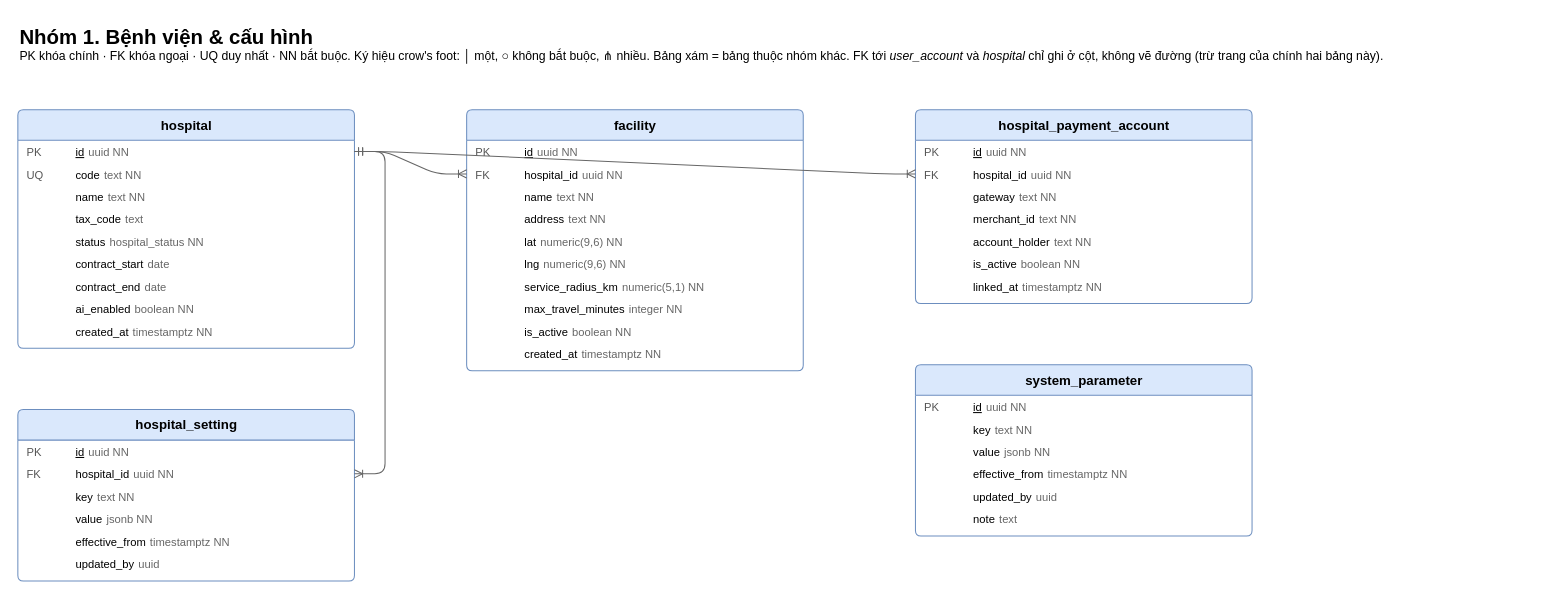
NguyenHuuPhuc-Dev21/HealthCareSystem keeps this draw.io diagram as page "01. Bệnh viện & cấu hình" (3 of 16) of docs/design/erd_diagram.drawio. Above is the earlier version. Source tidied: cells renumbered, new cells numbered last; positions are measured from the earlier drawing's top-left corner, leaving out a move shared by most shapes. Both pictures are drawn from the tidied source at 102%, with x=0, y=0 at pixel (17, 17).
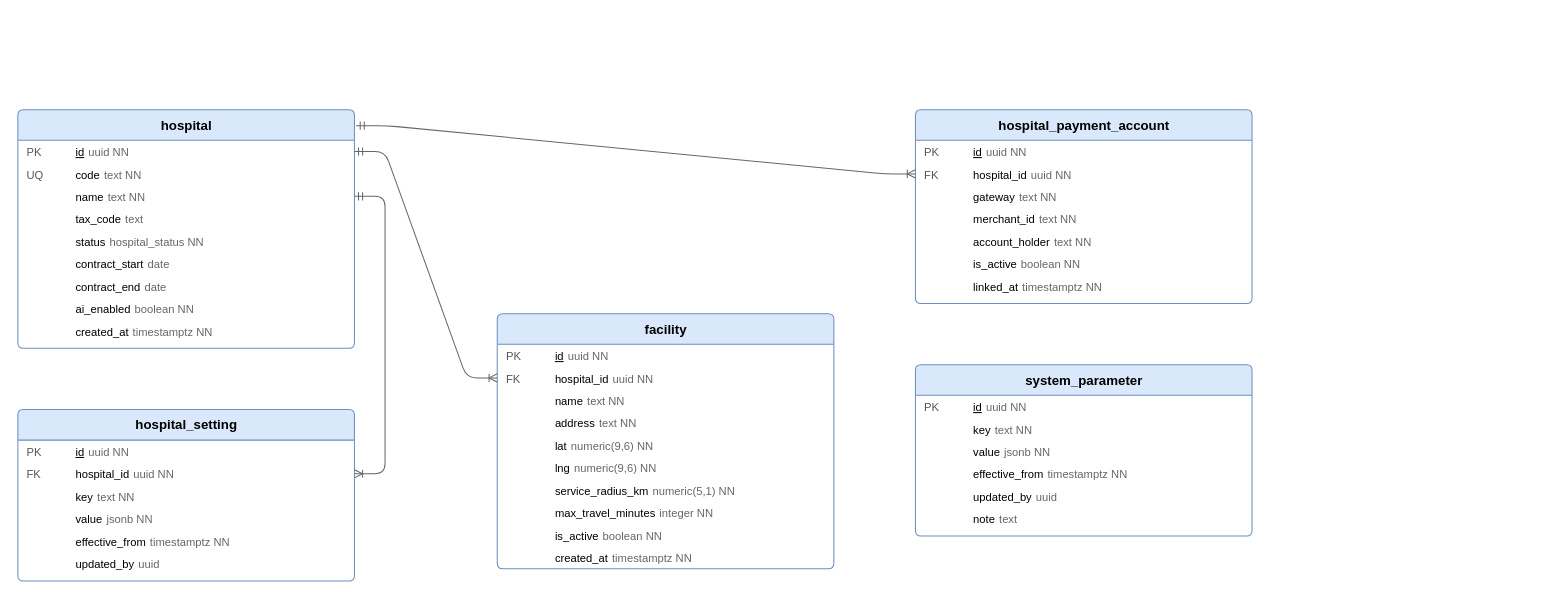
The same page after the edit.

Unchanged cells that the change refers to:
```xml
<mxCell id="3" value="hospital" style="swimlane;fontStyle=1;horizontal=1;startSize=30;fillColor=#dae8fc;strokeColor=#6c8ebf;rounded=1;arcSize=6;fontSize=13;html=1;" parent="1" vertex="1">
  <mxGeometry y="90" width="330" height="234" as="geometry" />
</mxCell>
<mxCell id="4" value="&lt;table style=&quot;width:100%;font-size:11px&quot;&gt;&lt;tr&gt;&lt;td style=&quot;width:44px;color:#555&quot;&gt;PK&lt;/td&gt;&lt;td&gt;&lt;u&gt;id&lt;/u&gt;&lt;/td&gt;&lt;td style=&quot;text-align:right;color:#666&quot;&gt;uuid NN&lt;/td&gt;&lt;/tr&gt;&lt;/table&gt;" style="text;html=1;strokeColor=none;fillColor=none;align=left;verticalAlign=middle;spacingLeft=4;spacingRight=4;overflow=hidden;points=[[0,0.5],[1,0.5]];portConstraint=eastwest;fontSize=11;" parent="3" vertex="1">
  <mxGeometry y="30" width="330" height="22" as="geometry" />
</mxCell>
<mxCell id="6" value="&lt;table style=&quot;width:100%;font-size:11px&quot;&gt;&lt;tr&gt;&lt;td style=&quot;width:44px;color:#555&quot;&gt;&lt;/td&gt;&lt;td&gt;name&lt;/td&gt;&lt;td style=&quot;text-align:right;color:#666&quot;&gt;text NN&lt;/td&gt;&lt;/tr&gt;&lt;/table&gt;" style="text;html=1;strokeColor=none;fillColor=none;align=left;verticalAlign=middle;spacingLeft=4;spacingRight=4;overflow=hidden;points=[[0,0.5],[1,0.5]];portConstraint=eastwest;fontSize=11;" parent="3" vertex="1">
  <mxGeometry y="74" width="330" height="22" as="geometry" />
</mxCell>
<mxCell id="26" value="&lt;table style=&quot;width:100%;font-size:11px&quot;&gt;&lt;tr&gt;&lt;td style=&quot;width:44px;color:#555&quot;&gt;FK&lt;/td&gt;&lt;td&gt;hospital_id&lt;/td&gt;&lt;td style=&quot;text-align:right;color:#666&quot;&gt;uuid NN&lt;/td&gt;&lt;/tr&gt;&lt;/table&gt;" style="text;html=1;strokeColor=none;fillColor=none;align=left;verticalAlign=middle;spacingLeft=4;spacingRight=4;overflow=hidden;points=[[0,0.5],[1,0.5]];portConstraint=eastwest;fontSize=11;" parent="24" vertex="1">
  <mxGeometry y="52" width="330" height="22" as="geometry" />
</mxCell>
<mxCell id="41" value="&lt;table style=&quot;width:100%;font-size:11px&quot;&gt;&lt;tr&gt;&lt;td style=&quot;width:44px;color:#555&quot;&gt;FK&lt;/td&gt;&lt;td&gt;hospital_id&lt;/td&gt;&lt;td style=&quot;text-align:right;color:#666&quot;&gt;uuid NN&lt;/td&gt;&lt;/tr&gt;&lt;/table&gt;" style="text;html=1;strokeColor=none;fillColor=none;align=left;verticalAlign=middle;spacingLeft=4;spacingRight=4;overflow=hidden;points=[[0,0.5],[1,0.5]];portConstraint=eastwest;fontSize=11;" parent="39" vertex="1">
  <mxGeometry y="52" width="330" height="22" as="geometry" />
</mxCell>
```

The edit, as a diff of the source:
```diff
@@
-    <mxCell id="2" value="&lt;b style=font-size:20px&gt;Nhóm 1. Bệnh viện &amp;amp; cấu hình&lt;/b&gt;&lt;br&gt;PK khóa chính · FK khóa ngoại · UQ duy nhất · NN bắt buộc. Ký hiệu crow&amp;#39;s foot: │ một, ○ không bắt buộc, ⋔ nhiều. Bảng xám = bảng thuộc nhóm khác. FK tới &lt;i&gt;user_account&lt;/i&gt; và &lt;i&gt;hospital&lt;/i&gt; chỉ ghi ở cột, không vẽ đường (trừ trang của chính hai bảng này)." style="text;html=1;align=left;verticalAlign=top;whiteSpace=wrap;fontSize=12;" parent="1" vertex="1">
-      <mxGeometry width="1500" height="70" as="geometry" />
-    </mxCell>
@@
     <mxCell id="13" value="facility" style="swimlane;fontStyle=1;horizontal=1;startSize=30;fillColor=#dae8fc;strokeColor=#6c8ebf;rounded=1;arcSize=6;fontSize=13;html=1;" parent="1" vertex="1">
-      <mxGeometry x="440" y="90" width="330" height="256" as="geometry" />
+      <mxGeometry x="470" y="290" width="330" height="250" as="geometry" />
     </mxCell>
@@
-    <mxCell id="47" style="edgeStyle=entityRelationEdgeStyle;fontSize=12;html=1;endArrow=ERmandOne;startArrow=ERoneToMany;endFill=0;startFill=0;strokeColor=#666666;rounded=1;" parent="1" edge="1" source="26" target="4">
+    <mxCell id="47" style="edgeStyle=entityRelationEdgeStyle;fontSize=12;html=1;endArrow=ERmandOne;startArrow=ERoneToMany;endFill=0;startFill=0;strokeColor=#666666;rounded=1;entryX=1.005;entryY=0.067;entryDx=0;entryDy=0;entryPerimeter=0;" parent="1" edge="1" source="26" target="3">
       <mxGeometry relative="1" as="geometry" />
     </mxCell>
-    <mxCell id="48" style="edgeStyle=entityRelationEdgeStyle;fontSize=12;html=1;endArrow=ERmandOne;startArrow=ERoneToMany;endFill=0;startFill=0;strokeColor=#666666;rounded=1;" parent="1" edge="1" source="41" target="4">
+    <mxCell id="48" style="edgeStyle=entityRelationEdgeStyle;fontSize=12;html=1;endArrow=ERmandOne;startArrow=ERoneToMany;endFill=0;startFill=0;strokeColor=#666666;rounded=1;entryX=1;entryY=0.5;entryDx=0;entryDy=0;" parent="1" edge="1" source="41" target="6">
       <mxGeometry relative="1" as="geometry" />
     </mxCell>
```
